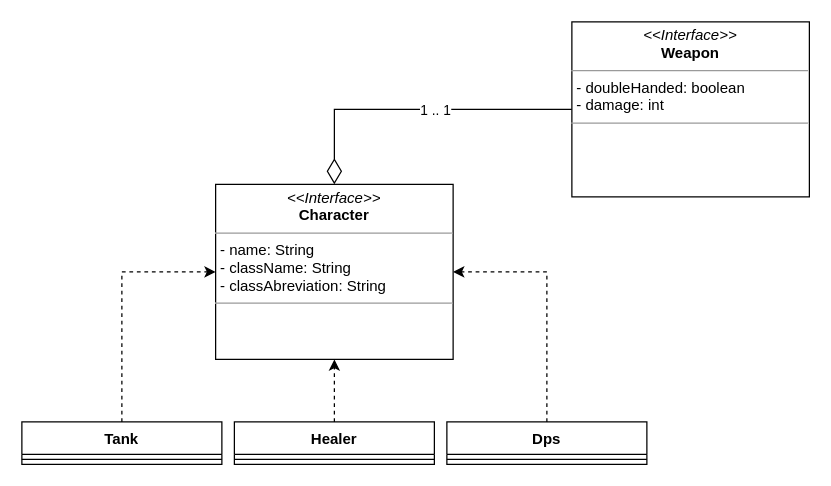
Above: page "RPG" (3 of 5) of diagramas.drawio in hannaBanannaOF/entra21-git-inicio (draw.io), before the change. Source tidied: cells renumbered, new cells numbered last; positions are measured from the earlier drawing's top-left corner, leaving out a move shared by most shapes. Both pictures are drawn from the tidied source at 125%, with x=0, y=0 at pixel (21, 21).
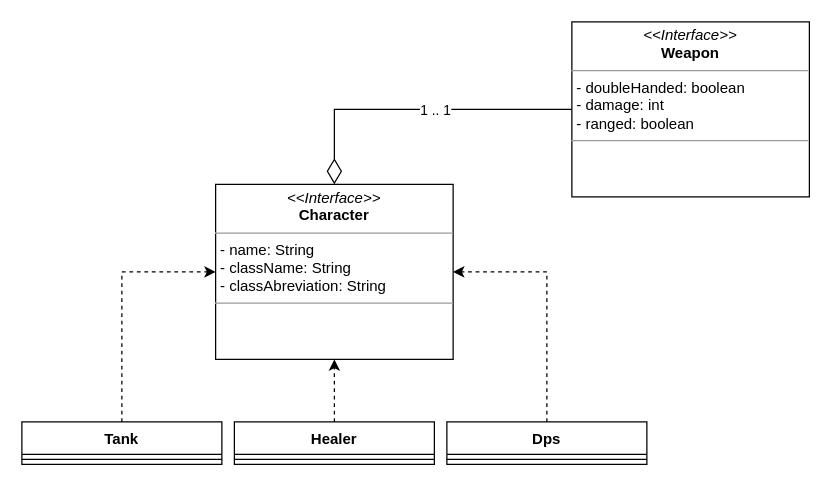
The same diagram, later.

What changed in the source:
```diff
@@
 <mxGraphModel>
   <root>
     <mxCell id="0" />
     <mxCell id="1" parent="0" />
     <mxCell id="2" style="edgeStyle=orthogonalEdgeStyle;rounded=0;jettySize=auto;html=1;exitX=0.5;exitY=0;exitDx=0;exitDy=0;entryX=0;entryY=0.5;entryDx=0;entryDy=0;dashed=1;" parent="1" edge="1" source="3" target="11">
       <mxGeometry relative="1" as="geometry" />
     </mxCell>
     <mxCell id="3" value="Tank" style="swimlane;fontStyle=1;align=center;verticalAlign=top;horizontal=1;startSize=26;" parent="1" vertex="1">
       <mxGeometry y="320" width="160" height="34" as="geometry" />
     </mxCell>
     <mxCell id="4" style="line;strokeWidth=1;fillColor=none;align=left;verticalAlign=middle;spacingTop=-1;spacingLeft=3;spacingRight=3;labelPosition=right;" parent="3" vertex="1">
       <mxGeometry y="26" width="160" height="8" as="geometry" />
     </mxCell>
     <mxCell id="5" style="edgeStyle=orthogonalEdgeStyle;rounded=0;jettySize=auto;html=1;exitX=0.5;exitY=0;exitDx=0;exitDy=0;entryX=0.5;entryY=1;entryDx=0;entryDy=0;dashed=1;" parent="1" edge="1" source="6" target="11">
       <mxGeometry relative="1" as="geometry" />
     </mxCell>
     <mxCell id="6" value="Healer" style="swimlane;fontStyle=1;align=center;verticalAlign=top;horizontal=1;startSize=26;" parent="1" vertex="1">
       <mxGeometry x="170" y="320" width="160" height="34" as="geometry" />
     </mxCell>
     <mxCell id="7" style="line;strokeWidth=1;fillColor=none;align=left;verticalAlign=middle;spacingTop=-1;spacingLeft=3;spacingRight=3;labelPosition=right;" parent="6" vertex="1">
       <mxGeometry y="26" width="160" height="8" as="geometry" />
     </mxCell>
     <mxCell id="8" style="edgeStyle=orthogonalEdgeStyle;rounded=0;jettySize=auto;html=1;exitX=0.5;exitY=0;exitDx=0;exitDy=0;entryX=1;entryY=0.5;entryDx=0;entryDy=0;dashed=1;" parent="1" edge="1" source="9" target="11">
       <mxGeometry relative="1" as="geometry" />
     </mxCell>
     <mxCell id="9" value="Dps" style="swimlane;fontStyle=1;align=center;verticalAlign=top;horizontal=1;startSize=26;" parent="1" vertex="1">
       <mxGeometry x="340" y="320" width="160" height="34" as="geometry" />
     </mxCell>
     <mxCell id="10" style="line;strokeWidth=1;fillColor=none;align=left;verticalAlign=middle;spacingTop=-1;spacingLeft=3;spacingRight=3;labelPosition=right;" parent="9" vertex="1">
       <mxGeometry y="26" width="160" height="8" as="geometry" />
     </mxCell>
     <mxCell id="11" value="&lt;p style=&quot;margin:0px;margin-top:4px;text-align:center;&quot;&gt;&lt;i&gt;&amp;lt;&amp;lt;Interface&amp;gt;&amp;gt;&lt;/i&gt;&lt;br&gt;&lt;b&gt;Character&lt;/b&gt;&lt;/p&gt;&lt;hr size=&quot;1&quot;&gt;&lt;p style=&quot;margin:0px;margin-left:4px;&quot;&gt;- name: String&lt;/p&gt;&lt;p style=&quot;margin:0px;margin-left:4px;&quot;&gt;- className: String&lt;br&gt;- classAbreviation: String&lt;/p&gt;&lt;hr size=&quot;1&quot;&gt;&lt;p style=&quot;margin:0px;margin-left:4px;&quot;&gt;&lt;br&gt;&lt;/p&gt;" style="verticalAlign=top;align=left;overflow=fill;fontSize=12;fontFamily=Helvetica;html=1;" parent="1" vertex="1">
       <mxGeometry x="155" y="130" width="190" height="140" as="geometry" />
     </mxCell>
     <mxCell id="12" style="edgeStyle=orthogonalEdgeStyle;rounded=0;jettySize=auto;html=1;exitX=0;exitY=0.5;exitDx=0;exitDy=0;entryX=0.5;entryY=0;entryDx=0;entryDy=0;endArrow=diamondThin;endFill=0;endSize=18;" parent="1" edge="1" source="14" target="11">
       <mxGeometry relative="1" as="geometry" />
     </mxCell>
     <mxCell id="13" value="1 .. 1" style="edgeLabel;html=1;align=center;verticalAlign=middle;" parent="12" vertex="1">
       <mxGeometry x="0.05" relative="1" as="geometry">
         <mxPoint x="21" as="offset" />
       </mxGeometry>
     </mxCell>
-    <mxCell id="14" value="&lt;p style=&quot;margin:0px;margin-top:4px;text-align:center;&quot;&gt;&lt;i&gt;&amp;lt;&amp;lt;Interface&amp;gt;&amp;gt;&lt;/i&gt;&lt;br&gt;&lt;b&gt;Weapon&lt;/b&gt;&lt;/p&gt;&lt;hr size=&quot;1&quot;&gt;&lt;p style=&quot;margin:0px;margin-left:4px;&quot;&gt;- doubleHanded: boolean&lt;br&gt;- damage: int&lt;/p&gt;&lt;hr size=&quot;1&quot;&gt;&lt;p style=&quot;margin:0px;margin-left:4px;&quot;&gt;&lt;br&gt;&lt;/p&gt;" style="verticalAlign=top;align=left;overflow=fill;fontSize=12;fontFamily=Helvetica;html=1;" parent="1" vertex="1">
+    <mxCell id="14" value="&lt;p style=&quot;margin:0px;margin-top:4px;text-align:center;&quot;&gt;&lt;i&gt;&amp;lt;&amp;lt;Interface&amp;gt;&amp;gt;&lt;/i&gt;&lt;br&gt;&lt;b&gt;Weapon&lt;/b&gt;&lt;/p&gt;&lt;hr size=&quot;1&quot;&gt;&lt;p style=&quot;margin:0px;margin-left:4px;&quot;&gt;- doubleHanded: boolean&lt;br&gt;- damage: int&lt;/p&gt;&lt;p style=&quot;margin:0px;margin-left:4px;&quot;&gt;- ranged: boolean&lt;/p&gt;&lt;hr size=&quot;1&quot;&gt;&lt;p style=&quot;margin:0px;margin-left:4px;&quot;&gt;&lt;br&gt;&lt;/p&gt;" style="verticalAlign=top;align=left;overflow=fill;fontSize=12;fontFamily=Helvetica;html=1;" parent="1" vertex="1">
       <mxGeometry x="440" width="190" height="140" as="geometry" />
     </mxCell>
   </root>
 </mxGraphModel>
```
